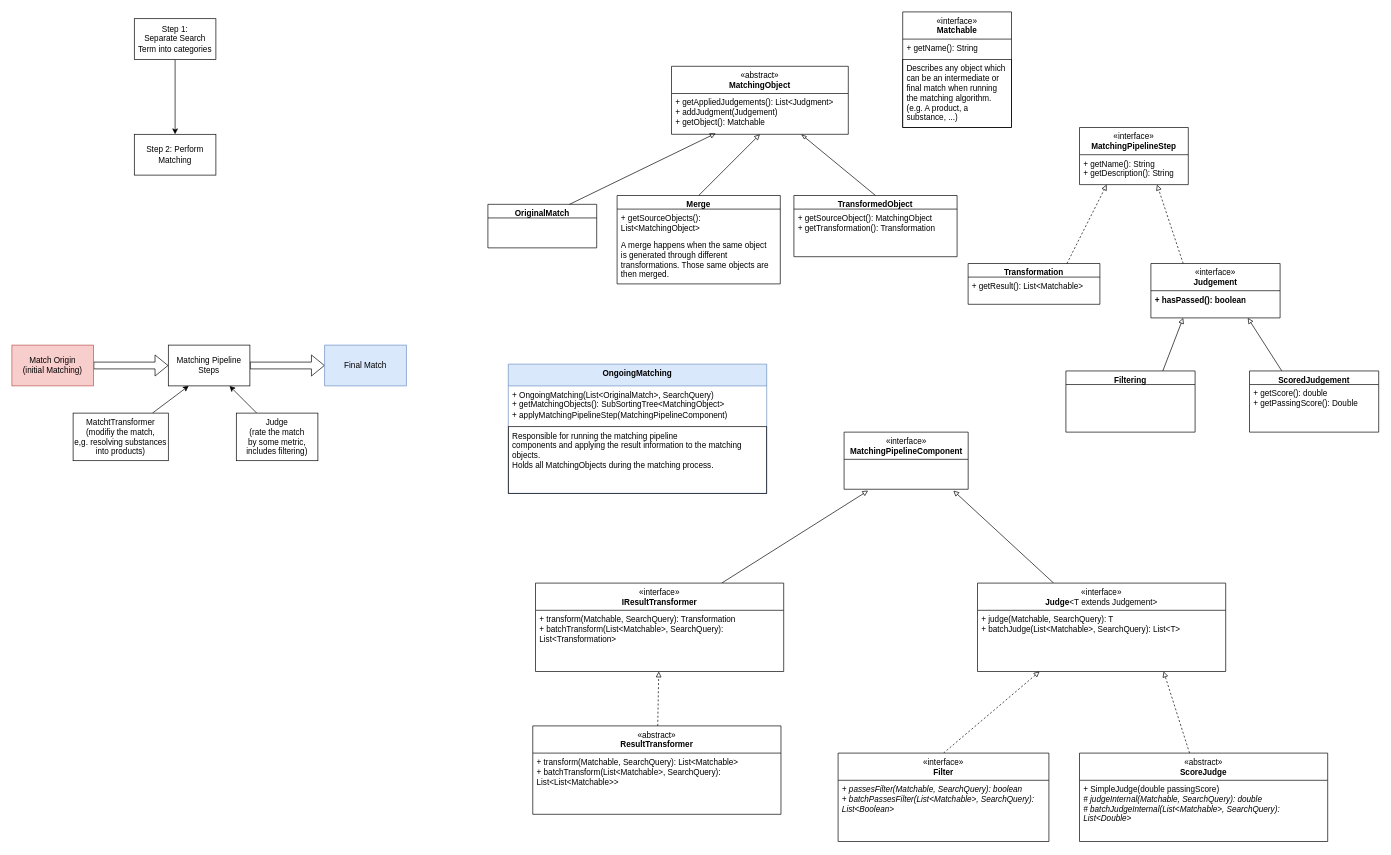
medizininformatik-initiative/Medication-Graph-FHIR-Converter keeps this draw.io diagram as doc/Unstructured Structure Planning.drawio. Above is the earlier version. Source tidied: cells renumbered, new cells numbered last; positions are measured from the earlier drawing's top-left corner, leaving out a move shared by most shapes. Both pictures are drawn from the tidied source at 68%, with x=0, y=0 at pixel (12, 12).
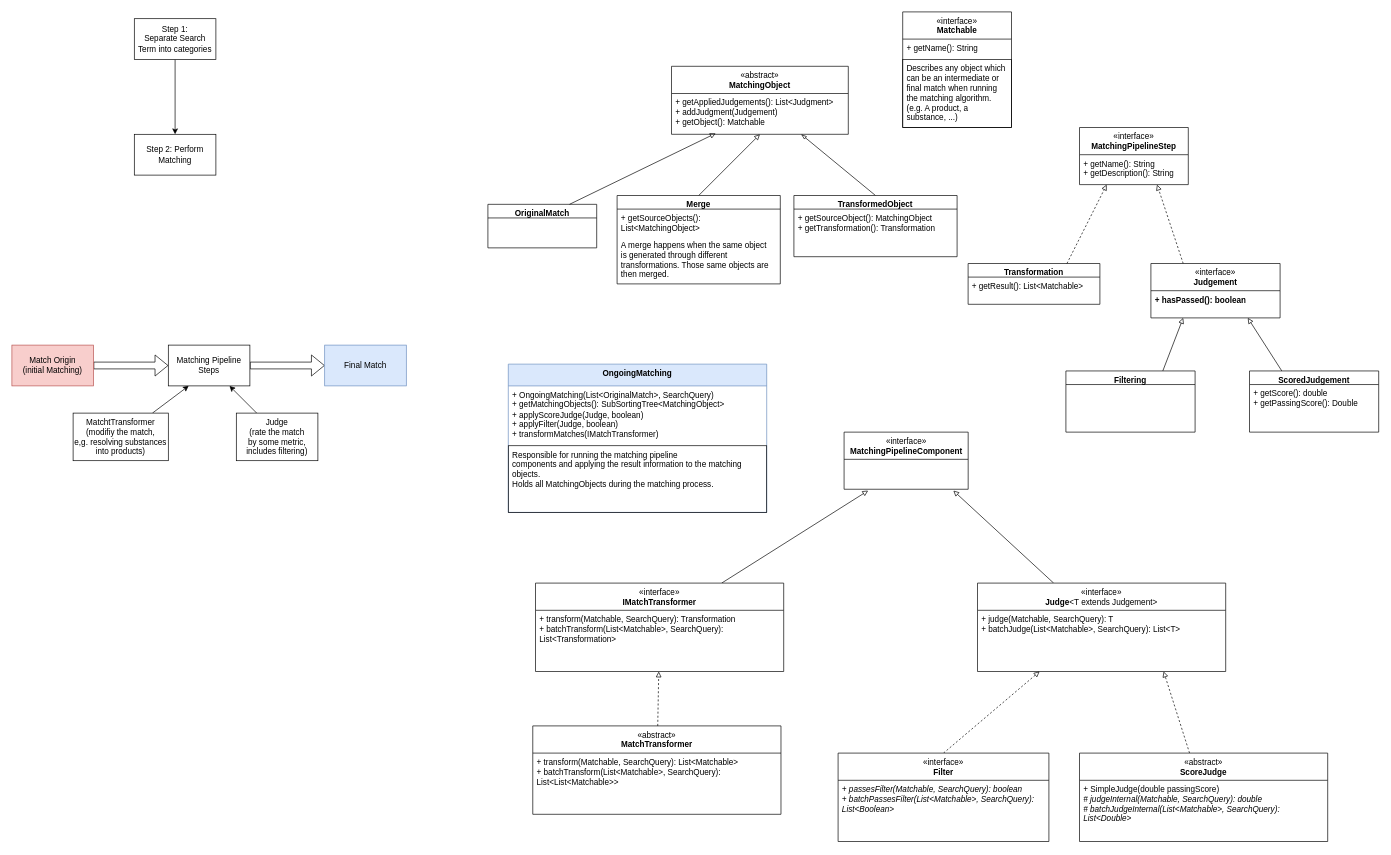
After the change.

Commit message (it also covers changes not shown here):
Wrote a nice explanation on what transformMatches is going to do

Diff of the diagram source:
```diff
@@
-    <mxCell id="41" value="&lt;span style=&quot;font-weight: normal;&quot;&gt;«interface»&lt;/span&gt;&lt;br&gt;IResultTransformer" style="swimlane;fontStyle=1;align=center;verticalAlign=top;horizontal=1;startSize=40;whiteSpace=wrap;html=1;" parent="1" vertex="1">
+    <mxCell id="41" value="&lt;span style=&quot;font-weight: normal;&quot;&gt;«interface»&lt;/span&gt;&lt;br&gt;IMatchTransformer" style="swimlane;fontStyle=1;align=center;verticalAlign=top;horizontal=1;startSize=40;whiteSpace=wrap;html=1;" parent="1" vertex="1">
       <mxGeometry x="770" y="840" width="365" height="130" as="geometry" />
     </mxCell>
@@
     <mxCell id="46" value="OngoingMatching" style="swimlane;fontStyle=1;align=center;verticalAlign=top;horizontal=1;startSize=32;whiteSpace=wrap;html=1;fillColor=#dae8fc;strokeColor=#6c8ebf;" parent="1" vertex="1">
-      <mxGeometry x="730" y="518" width="380" height="190" as="geometry" />
+      <mxGeometry x="730" y="518" width="380" height="218" as="geometry" />
     </mxCell>
-    <mxCell id="47" value="&lt;div&gt;+ OngoingMatching(List&amp;lt;OriginalMatch&amp;gt;, SearchQuery)&lt;/div&gt;&lt;div&gt;+ getMatchingObjects(): SubSortingTree&amp;lt;MatchingObject&amp;gt;&lt;/div&gt;&lt;div&gt;+ applyMatchingPipelineStep(MatchingPipelineComponent)&lt;br&gt;&lt;/div&gt;" style="text;strokeColor=none;fillColor=none;align=left;verticalAlign=top;spacingLeft=4;spacingRight=4;overflow=hidden;whiteSpace=wrap;html=1;" parent="46" vertex="1">
-      <mxGeometry y="32" width="380" height="60" as="geometry" />
+    <mxCell id="47" value="&lt;div&gt;+ OngoingMatching(List&amp;lt;OriginalMatch&amp;gt;, SearchQuery)&lt;/div&gt;&lt;div&gt;+ getMatchingObjects(): SubSortingTree&amp;lt;MatchingObject&amp;gt;&lt;/div&gt;&lt;div&gt;+ applyScoreJudge(Judge, boolean)&lt;br&gt;&lt;/div&gt;&lt;div&gt;+ applyFilter(Judge, boolean)&lt;/div&gt;&lt;div&gt;+ transformMatches(IMatchTransformer)&lt;br&gt;&lt;/div&gt;" style="text;strokeColor=none;fillColor=none;align=left;verticalAlign=top;spacingLeft=4;spacingRight=4;overflow=hidden;whiteSpace=wrap;html=1;" parent="46" vertex="1">
+      <mxGeometry y="32" width="380" height="88" as="geometry" />
     </mxCell>
     <mxCell id="48" value="&lt;div&gt;Responsible for running the matching pipeline&lt;/div&gt;&lt;div&gt;components and applying the result information to the matching objects.&lt;/div&gt;&lt;div&gt;Holds all MatchingObjects during the matching process.&lt;br&gt;&lt;/div&gt;" style="text;strokeColor=default;fillColor=none;align=left;verticalAlign=top;spacingLeft=4;spacingRight=4;overflow=hidden;whiteSpace=wrap;html=1;" parent="46" vertex="1">
-      <mxGeometry y="92" width="380" height="98" as="geometry" />
+      <mxGeometry y="120" width="380" height="98" as="geometry" />
     </mxCell>
@@
-    <mxCell id="54" value="&lt;span style=&quot;font-weight: normal;&quot;&gt;«abstract»&lt;/span&gt;&lt;br&gt;ResultTransformer" style="swimlane;fontStyle=1;align=center;verticalAlign=top;horizontal=1;startSize=40;whiteSpace=wrap;html=1;" parent="1" vertex="1">
+    <mxCell id="54" value="&lt;span style=&quot;font-weight: normal;&quot;&gt;«abstract»&lt;/span&gt;&lt;br&gt;MatchTransformer" style="swimlane;fontStyle=1;align=center;verticalAlign=top;horizontal=1;startSize=40;whiteSpace=wrap;html=1;" parent="1" vertex="1">
       <mxGeometry x="766" y="1050" width="365" height="130" as="geometry" />
     </mxCell>
```
